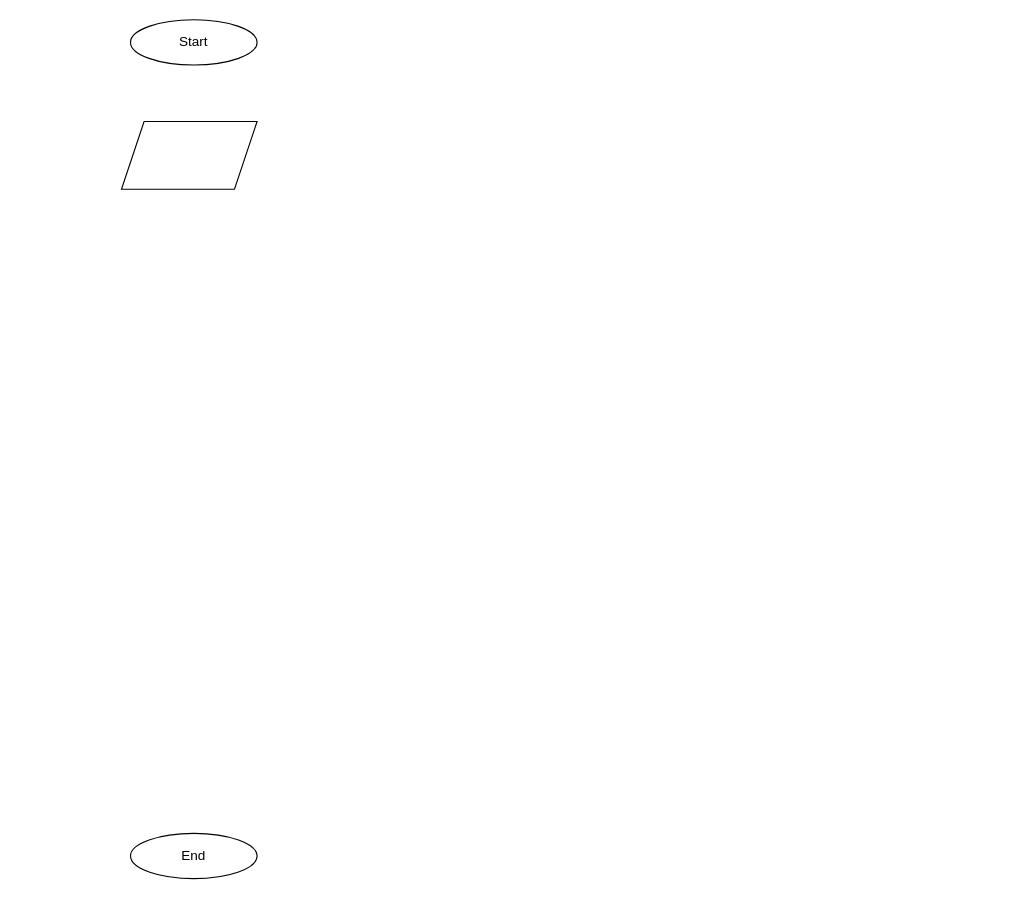
The draw.io diagram page "Pagination" (3 of 5) of DatabaseSimple.drawio in tientv-sothink-jp/order-process-training, before the edit. Source tidied: cells renumbered, new cells numbered last; positions are measured from the earlier drawing's top-left corner, leaving out a move shared by most shapes. Both pictures are drawn from the tidied source at 113%, with x=0, y=0 at pixel (121, 19).
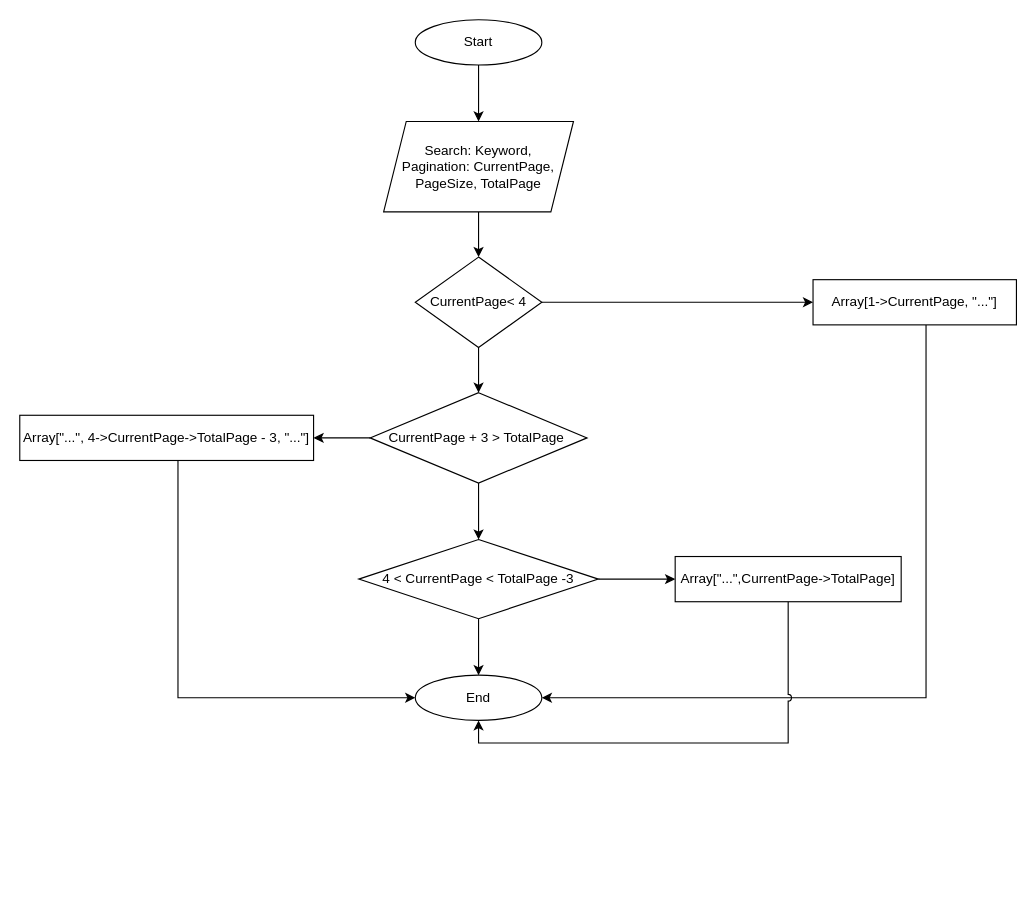
After the change.

The edit, as a diff of the source:
```diff
@@
+    <mxCell id="5" style="edgeStyle=orthogonalEdgeStyle;rounded=0;jettySize=auto;html=1;entryX=0.5;entryY=0;entryDx=0;entryDy=0;" parent="1" edge="1" source="2" target="7">
+      <mxGeometry relative="1" as="geometry" />
+    </mxCell>
     <mxCell id="2" value="Start" style="ellipse;whiteSpace=wrap;html=1;" parent="1" vertex="1">
-      <mxGeometry x="8" width="112" height="40" as="geometry" />
+      <mxGeometry x="260" width="112" height="40" as="geometry" />
     </mxCell>
     <mxCell id="3" value="End" style="ellipse;whiteSpace=wrap;html=1;" parent="1" vertex="1">
-      <mxGeometry x="8" y="720" width="112" height="40" as="geometry" />
+      <mxGeometry x="260" y="580" width="112" height="40" as="geometry" />
     </mxCell>
-    <mxCell id="4" style="shape=parallelogram;perimeter=parallelogramPerimeter;whiteSpace=wrap;html=1;fixedSize=1;" parent="1" vertex="1">
-      <mxGeometry y="90" width="120" height="60" as="geometry" />
-    </mxCell>
+    <mxCell id="6" style="edgeStyle=orthogonalEdgeStyle;rounded=0;jettySize=auto;html=1;" parent="1" edge="1" source="7" target="10">
+      <mxGeometry relative="1" as="geometry" />
+    </mxCell>
+    <mxCell id="7" value="Search: Keyword,&lt;br&gt;Pagination: CurrentPage, &lt;br&gt;PageSize, TotalPage" style="shape=parallelogram;perimeter=parallelogramPerimeter;whiteSpace=wrap;html=1;fixedSize=1;" parent="1" vertex="1">
+      <mxGeometry x="232" y="90" width="168" height="80" as="geometry" />
+    </mxCell>
+    <mxCell id="8" style="edgeStyle=orthogonalEdgeStyle;rounded=0;jettySize=auto;html=1;entryX=0.5;entryY=0;entryDx=0;entryDy=0;" parent="1" edge="1" source="10" target="13">
+      <mxGeometry relative="1" as="geometry" />
+    </mxCell>
+    <mxCell id="9" style="edgeStyle=orthogonalEdgeStyle;rounded=0;jettySize=auto;html=1;" parent="1" edge="1" source="10" target="18">
+      <mxGeometry relative="1" as="geometry" />
+    </mxCell>
+    <mxCell id="10" value="CurrentPage&amp;lt; 4" style="rhombus;whiteSpace=wrap;html=1;" parent="1" vertex="1">
+      <mxGeometry x="260" y="210" width="112" height="80" as="geometry" />
+    </mxCell>
+    <mxCell id="11" style="edgeStyle=orthogonalEdgeStyle;rounded=0;jettySize=auto;html=1;entryX=0.5;entryY=0;entryDx=0;entryDy=0;" parent="1" edge="1" source="13" target="16">
+      <mxGeometry relative="1" as="geometry" />
+    </mxCell>
+    <mxCell id="12" style="edgeStyle=orthogonalEdgeStyle;rounded=0;jettySize=auto;html=1;entryX=1;entryY=0.5;entryDx=0;entryDy=0;" parent="1" edge="1" source="13" target="20">
+      <mxGeometry relative="1" as="geometry" />
+    </mxCell>
+    <mxCell id="13" value="CurrentPage + 3 &amp;gt; TotalPage&amp;nbsp;" style="rhombus;whiteSpace=wrap;html=1;" parent="1" vertex="1">
+      <mxGeometry x="220" y="330" width="192" height="80" as="geometry" />
+    </mxCell>
+    <mxCell id="14" style="edgeStyle=orthogonalEdgeStyle;rounded=0;jettySize=auto;html=1;entryX=0.5;entryY=0;entryDx=0;entryDy=0;" parent="1" edge="1" source="16" target="3">
+      <mxGeometry relative="1" as="geometry" />
+    </mxCell>
+    <mxCell id="15" style="edgeStyle=orthogonalEdgeStyle;rounded=0;jettySize=auto;html=1;entryX=0;entryY=0.5;entryDx=0;entryDy=0;" parent="1" edge="1" source="16" target="22">
+      <mxGeometry relative="1" as="geometry" />
+    </mxCell>
+    <mxCell id="16" value="4 &amp;lt; CurrentPage &amp;lt; TotalPage -3" style="rhombus;whiteSpace=wrap;html=1;" parent="1" vertex="1">
+      <mxGeometry x="210" y="460" width="212" height="70" as="geometry" />
+    </mxCell>
+    <mxCell id="17" style="edgeStyle=orthogonalEdgeStyle;rounded=0;jettySize=auto;html=1;entryX=1;entryY=0.5;entryDx=0;entryDy=0;" parent="1" edge="1" source="18" target="3">
+      <mxGeometry relative="1" as="geometry">
+        <Array as="points">
+          <mxPoint x="712" y="600" />
+        </Array>
+      </mxGeometry>
+    </mxCell>
+    <mxCell id="18" value="Array[1-&amp;gt;CurrentPage, &quot;...&quot;]" style="rounded=0;whiteSpace=wrap;html=1;" parent="1" vertex="1">
+      <mxGeometry x="612" y="230" width="180" height="40" as="geometry" />
+    </mxCell>
+    <mxCell id="19" style="edgeStyle=orthogonalEdgeStyle;rounded=0;jettySize=auto;html=1;entryX=0;entryY=0.5;entryDx=0;entryDy=0;" parent="1" edge="1" source="20" target="3">
+      <mxGeometry relative="1" as="geometry">
+        <Array as="points">
+          <mxPoint x="50" y="600" />
+        </Array>
+      </mxGeometry>
+    </mxCell>
+    <mxCell id="20" value="Array[&quot;...&quot;, 4-&amp;gt;CurrentPage-&amp;gt;TotalPage - 3, &quot;...&quot;]" style="rounded=0;whiteSpace=wrap;html=1;" parent="1" vertex="1">
+      <mxGeometry x="-90" y="350" width="260" height="40" as="geometry" />
+    </mxCell>
+    <mxCell id="21" style="edgeStyle=orthogonalEdgeStyle;rounded=0;jettySize=auto;html=1;entryX=0.5;entryY=1;entryDx=0;entryDy=0;jumpStyle=arc;" parent="1" edge="1" source="22" target="3">
+      <mxGeometry relative="1" as="geometry">
+        <Array as="points">
+          <mxPoint x="590" y="640" />
+          <mxPoint x="316" y="640" />
+        </Array>
+      </mxGeometry>
+    </mxCell>
+    <mxCell id="22" value="Array[&quot;...&quot;,CurrentPage-&amp;gt;TotalPage]" style="rounded=0;whiteSpace=wrap;html=1;" parent="1" vertex="1">
+      <mxGeometry x="490" y="475" width="200" height="40" as="geometry" />
+    </mxCell>
```
